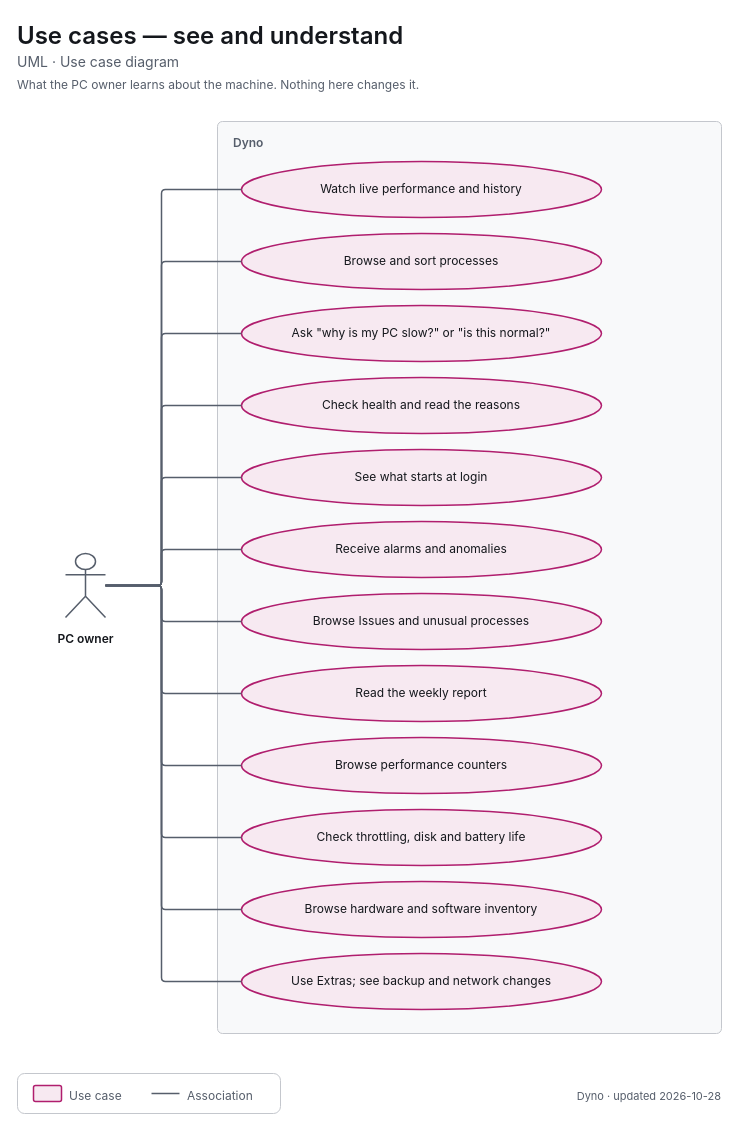
Earlier version of the draw.io diagram apps/dyno/diagrams/uml-use-cases-observe.drawio (decryp7/paddock). Source tidied: cells renumbered, new cells numbered last; positions are measured from the earlier drawing's top-left corner, leaving out a move shared by most shapes. Both pictures are drawn from the tidied source at 100%, with x=0, y=0 at pixel (17, 17).
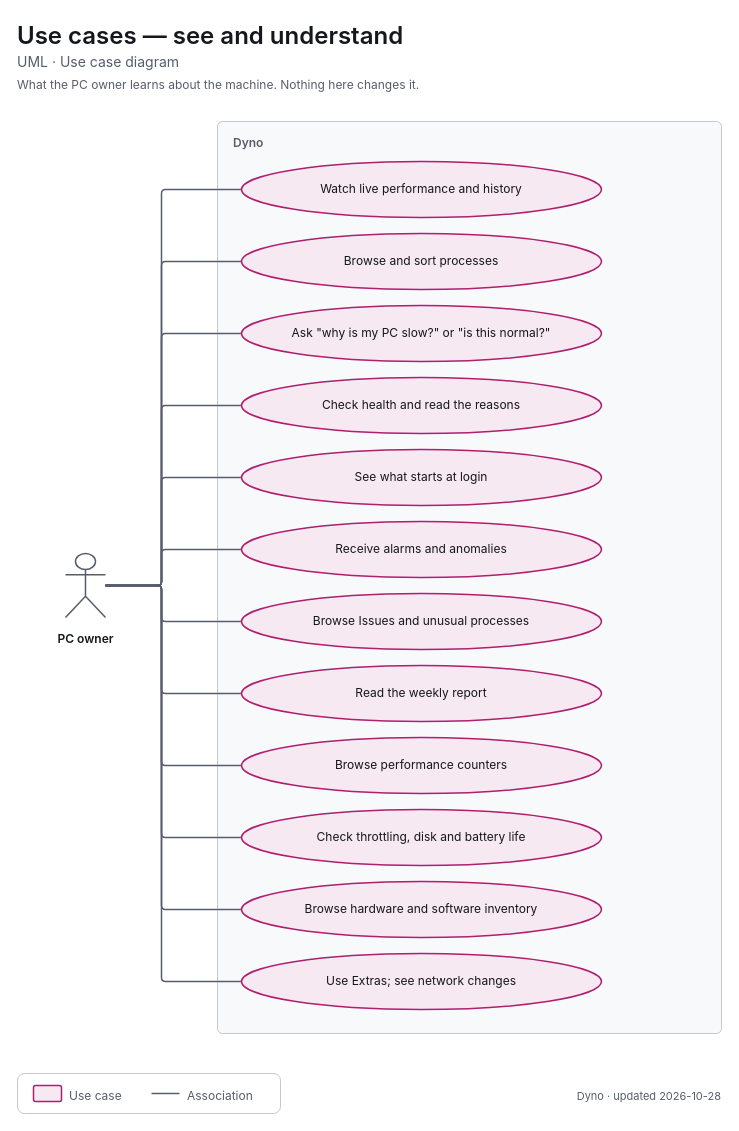
Above is the later version.

Diff of the diagram source:
```diff
@@
-    <mxCell id="17" value="&lt;span style=&quot;font-size:12px&quot;&gt;Use Extras; see backup and network changes&lt;/span&gt;" style="html=1;whiteSpace=wrap;fontFamily=-apple-system,BlinkMacSystemFont,Segoe UI,system-ui,sans-serif;fontSize=12;fontColor=light-dark(#14171C,#ECEEF1);ellipse;strokeWidth=1.5;strokeColor=light-dark(#B01E6E,#F063A8);fillColor=light-dark(#F7E9F1,#382332);align=center;verticalAlign=middle;spacingLeft=28;spacingRight=28;" parent="1" vertex="1">
+    <mxCell id="17" value="&lt;span style=&quot;font-size:12px&quot;&gt;Use Extras; see network changes&lt;/span&gt;" style="html=1;whiteSpace=wrap;fontFamily=-apple-system,BlinkMacSystemFont,Segoe UI,system-ui,sans-serif;fontSize=12;fontColor=light-dark(#14171C,#ECEEF1);ellipse;strokeWidth=1.5;strokeColor=light-dark(#B01E6E,#F063A8);fillColor=light-dark(#F7E9F1,#382332);align=center;verticalAlign=middle;spacingLeft=28;spacingRight=28;" parent="1" vertex="1">
       <mxGeometry x="224" y="936" width="360" height="56" as="geometry" />
     </mxCell>
```
